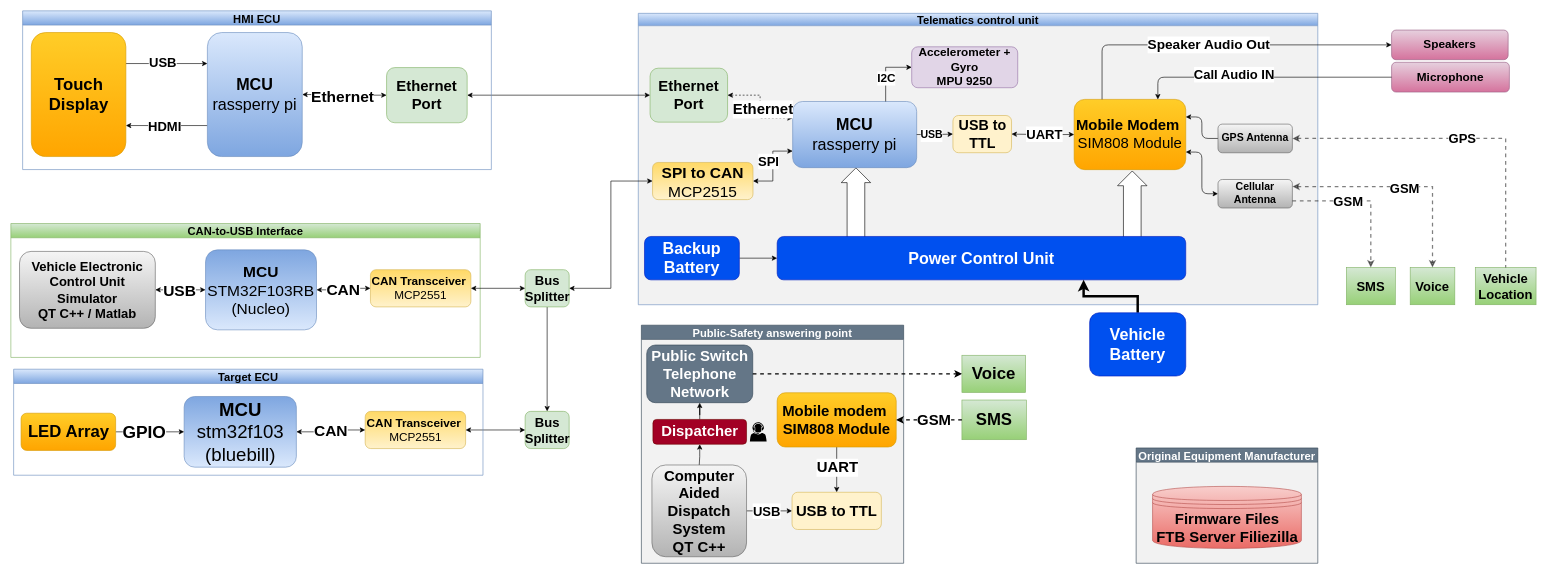
This is Documentations/BlockDigrams/Valeo V3.drawio from Ahmeddsherrif/GP_TCU, a draw.io file, before an edit. Source tidied: cells renumbered, new cells numbered last; positions are measured from the earlier drawing's top-left corner, leaving out a move shared by most shapes. Both pictures are drawn from the tidied source at 62%, with x=0, y=0 at pixel (11, 11).
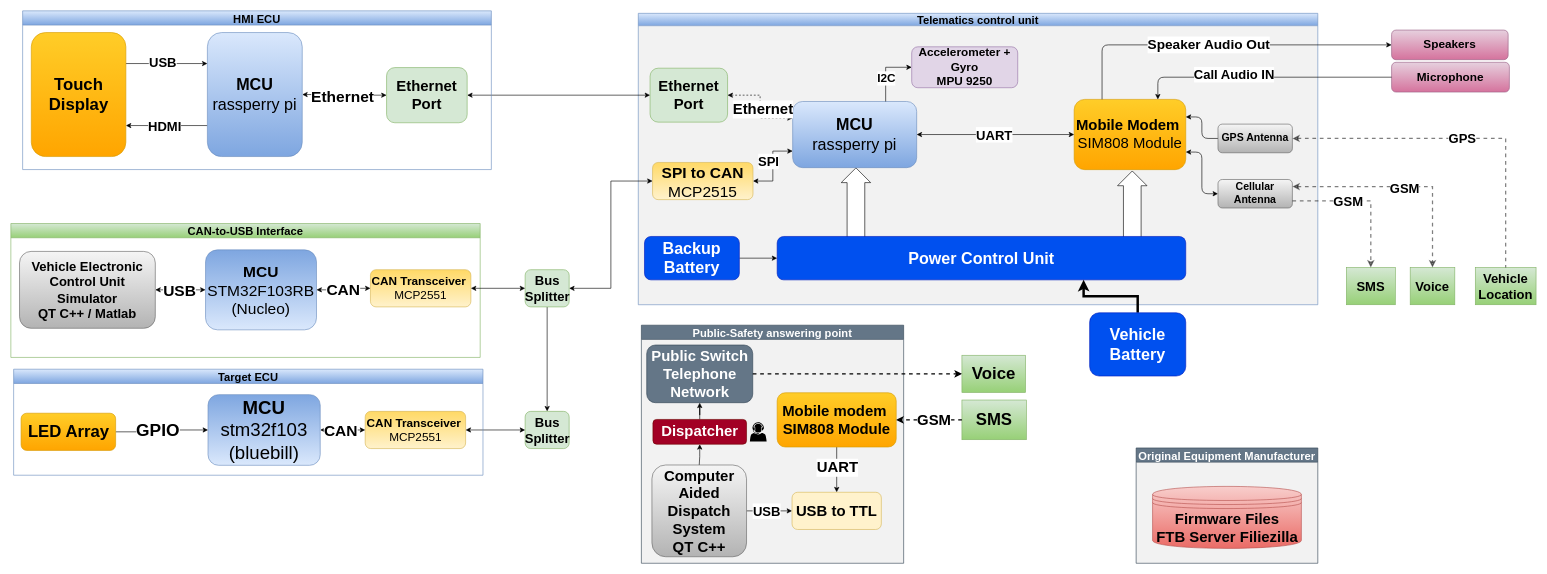
The same diagram, later.

The change refers to these unchanged cells:
```xml
<mxCell id="4" value="Telematics control unit" style="swimlane;startSize=20;shadow=0;swimlaneFillColor=#F2F2F2;fontStyle=1;fontSize=18;gradientColor=#7ea6e0;fillColor=#dae8fc;strokeColor=#6c8ebf;" parent="1" vertex="1">
  <mxGeometry x="1012" y="4" width="1096" height="470" as="geometry" />
</mxCell>
<mxCell id="8" value="&lt;font style=&quot;font-size: 26px&quot;&gt;&lt;span style=&quot;font-size: 26px&quot;&gt;MCU&lt;br style=&quot;font-size: 26px&quot;&gt;&lt;span style=&quot;font-weight: normal ; font-size: 26px&quot;&gt;rassperry pi&lt;/span&gt;&lt;br style=&quot;font-size: 26px&quot;&gt;&lt;/span&gt;&lt;/font&gt;" style="rounded=1;whiteSpace=wrap;html=1;fillColor=#dae8fc;strokeColor=#6c8ebf;fontStyle=1;fontSize=26;gradientColor=#7ea6e0;" parent="4" vertex="1">
  <mxGeometry x="249" y="142.2" width="200" height="106.7" as="geometry" />
</mxCell>
<mxCell id="10" value="&lt;font style=&quot;font-size: 24px;&quot;&gt;Mobile Modem&lt;/font&gt;&amp;nbsp;&lt;br style=&quot;font-size: 24px;&quot;&gt;&lt;span style=&quot;font-weight: normal; font-size: 24px;&quot;&gt;SIM808 Module&lt;/span&gt;" style="rounded=1;whiteSpace=wrap;html=1;fillColor=#ffcd28;strokeColor=#d79b00;fontSize=24;fontStyle=1;gradientColor=#ffa500;" parent="4" vertex="1">
  <mxGeometry x="703" y="138.8" width="180" height="113.3" as="geometry" />
</mxCell>
<mxCell id="90" value="Target ECU" style="swimlane;fontSize=18;gradientColor=#7ea6e0;fillColor=#dae8fc;strokeColor=#6c8ebf;" parent="1" vertex="1">
  <mxGeometry x="4.5" y="578" width="757" height="171" as="geometry" />
</mxCell>
```

Diff of the diagram source:
```diff
@@
-    <mxCell id="25" value="USB to TTL" style="rounded=1;whiteSpace=wrap;html=1;fillColor=#fff2cc;strokeColor=#d6b656;fontStyle=1;fontSize=23;" parent="4" vertex="1">
-      <mxGeometry x="507.5" y="164.8" width="94.5" height="60" as="geometry" />
-    </mxCell>
-    <mxCell id="26" style="edgeStyle=orthogonalEdgeStyle;rounded=1;jettySize=auto;html=1;startArrow=classic;startFill=1;fontStyle=1;" parent="4" edge="1" source="10" target="25">
+    <mxCell id="26" style="edgeStyle=orthogonalEdgeStyle;rounded=1;jettySize=auto;html=1;startArrow=classic;startFill=1;fontStyle=1;" parent="4" edge="1" source="10" target="8">
       <mxGeometry relative="1" as="geometry" />
     </mxCell>
     <mxCell id="27" value="&lt;font style=&quot;font-size: 21px&quot;&gt;UART&lt;/font&gt;" style="edgeLabel;html=1;align=center;verticalAlign=middle;fontSize=17;fontStyle=1;" parent="26" vertex="1">
       <mxGeometry x="-0.15" relative="1" as="geometry">
-        <mxPoint x="-5.4" y="-1" as="offset" />
+        <mxPoint x="-21.1" y="0.1" as="offset" />
       </mxGeometry>
     </mxCell>
-    <mxCell id="28" style="edgeStyle=orthogonalEdgeStyle;rounded=0;jettySize=auto;html=1;fontStyle=1;" parent="4" edge="1" source="8" target="25">
-      <mxGeometry relative="1" as="geometry" />
-    </mxCell>
-    <mxCell id="29" value="USB" style="edgeLabel;html=1;align=center;verticalAlign=middle;fontSize=17;fontStyle=1;" parent="28" vertex="1">
-      <mxGeometry x="-0.36" relative="1" as="geometry">
-        <mxPoint x="4.7" y="0.7" as="offset" />
-      </mxGeometry>
-    </mxCell>
@@
     <mxCell id="91" value="&lt;font style=&quot;font-size: 30px;&quot;&gt;&lt;span style=&quot;font-size: 30px;&quot;&gt;MCU&lt;/span&gt;&lt;br style=&quot;font-size: 30px;&quot;&gt;&lt;span style=&quot;font-weight: normal; font-size: 30px;&quot;&gt;&lt;span style=&quot;font-size: 30px;&quot;&gt;stm32f103&lt;br style=&quot;font-size: 30px;&quot;&gt;&lt;/span&gt;&lt;span style=&quot;font-size: 30px;&quot;&gt;(bluebill)&lt;/span&gt;&lt;/span&gt;&lt;br style=&quot;font-size: 30px;&quot;&gt;&lt;/font&gt;" style="rounded=1;whiteSpace=wrap;html=1;fillColor=#dae8fc;strokeColor=#6c8ebf;fontStyle=1;fontSize=30;gradientColor=#7ea6e0;direction=west;" parent="90" vertex="1">
-      <mxGeometry x="275" y="44" width="181" height="114" as="geometry" />
+      <mxGeometry x="313.5" y="41" width="181" height="114" as="geometry" />
     </mxCell>
```
